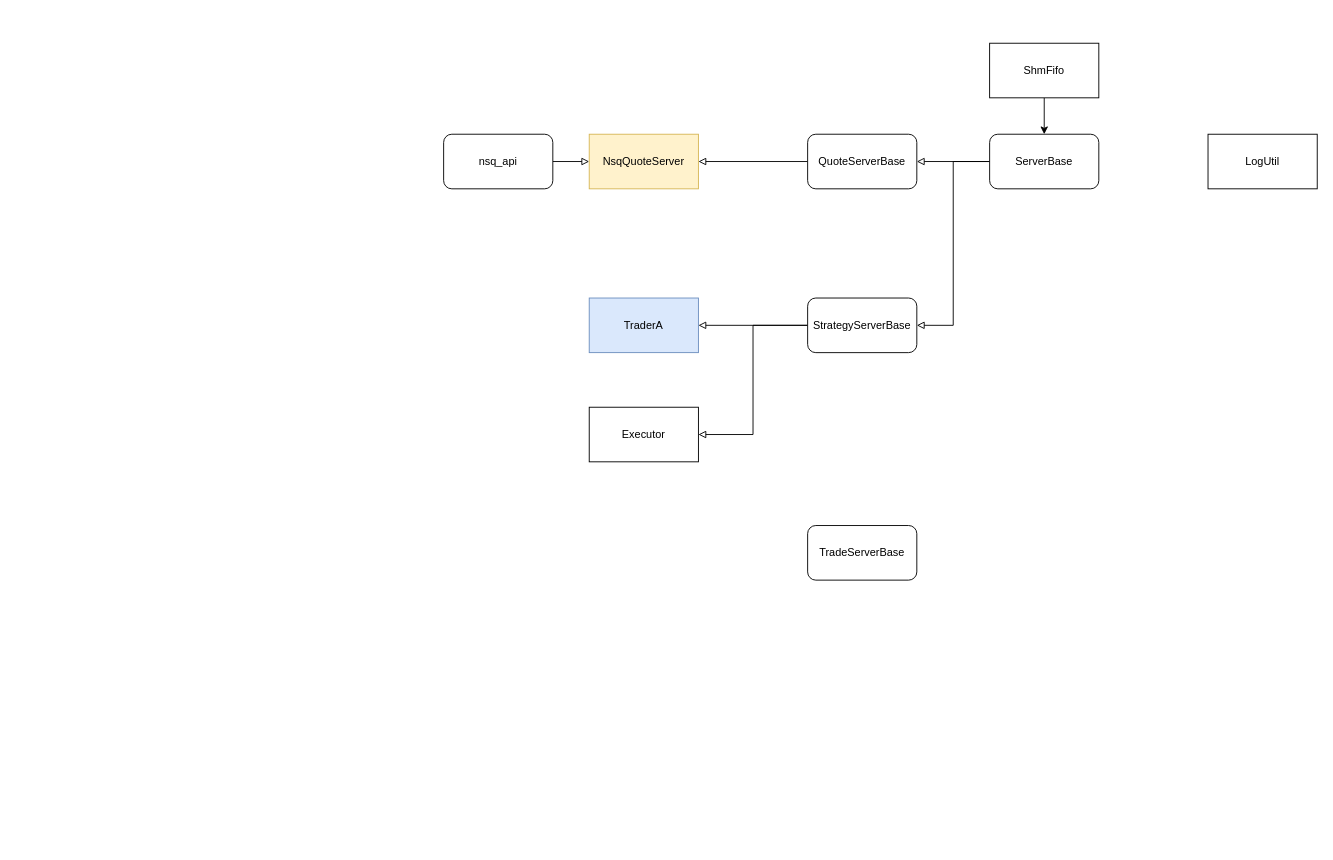
This is page "Framework" (1 of 2) of hft_framework.drawio from mistyeye11/drawio, a draw.io file, before an edit. Source tidied: cells renumbered, new cells numbered last; positions are measured from the earlier drawing's top-left corner, leaving out a move shared by most shapes. Both pictures are drawn from the tidied source at 91%, with x=0, y=0 at pixel (443, 43).
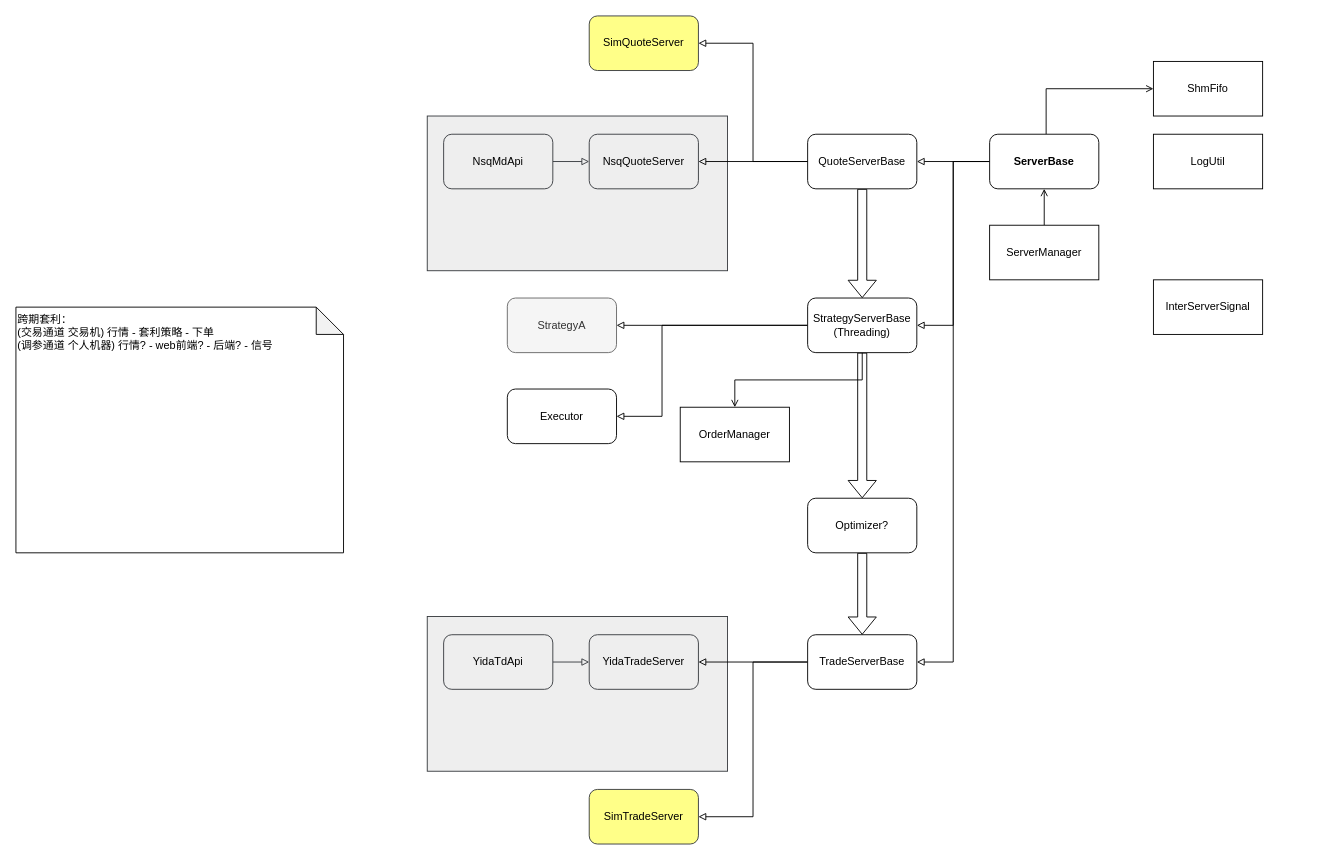
The same diagram, later.

Unchanged cells that the change refers to:
```xml
<mxCell id="7" value="QuoteServerBase" style="rounded=1;whiteSpace=wrap;html=1;" parent="1" vertex="1">
  <mxGeometry x="400" y="100" width="120" height="60" as="geometry" />
</mxCell>
```

The edit, as a diff of the source:
```diff
@@
-    <mxCell id="2" style="edgeStyle=orthogonalEdgeStyle;rounded=0;jettySize=auto;html=1;" parent="1" edge="1" source="3" target="10">
-      <mxGeometry relative="1" as="geometry" />
-    </mxCell>
+    <mxCell id="19" style="rounded=0;whiteSpace=wrap;html=1;fillColor=#eeeeee;strokeColor=#36393d;" parent="1" vertex="1">
+      <mxGeometry x="-18" y="630" width="330" height="170" as="geometry" />
+    </mxCell>
+    <mxCell id="20" style="rounded=0;whiteSpace=wrap;html=1;fillColor=#eeeeee;strokeColor=#36393d;" parent="1" vertex="1">
+      <mxGeometry x="-18" y="80" width="330" height="170" as="geometry" />
+    </mxCell>
     <mxCell id="3" value="ShmFifo" style="rounded=0;whiteSpace=wrap;html=1;" parent="1" vertex="1">
-      <mxGeometry x="600" width="120" height="60" as="geometry" />
+      <mxGeometry x="780" y="20" width="120" height="60" as="geometry" />
     </mxCell>
-    <mxCell id="4" style="edgeStyle=orthogonalEdgeStyle;rounded=0;jettySize=auto;html=1;endArrow=block;endFill=0;" parent="1" edge="1" source="5" target="11">
+    <mxCell id="4" style="edgeStyle=orthogonalEdgeStyle;rounded=0;jettySize=auto;html=1;endArrow=block;endFill=0;fillColor=#eeeeee;strokeColor=#36393d;" parent="1" edge="1" source="5" target="11">
       <mxGeometry relative="1" as="geometry" />
     </mxCell>
-    <mxCell id="5" value="nsq_api" style="rounded=1;whiteSpace=wrap;html=1;" parent="1" vertex="1">
+    <mxCell id="5" value="NsqMdApi" style="rounded=1;whiteSpace=wrap;html=1;fillColor=#eeeeee;strokeColor=#36393d;" parent="1" vertex="1">
       <mxGeometry y="100" width="120" height="60" as="geometry" />
     </mxCell>
@@
+    <mxCell id="21" style="edgeStyle=orthogonalEdgeStyle;rounded=0;jettySize=auto;html=1;exitX=0.5;exitY=1;exitDx=0;exitDy=0;shape=flexArrow;" parent="1" edge="1" source="7" target="14">
+      <mxGeometry relative="1" as="geometry" />
+    </mxCell>
@@
+    <mxCell id="22" style="edgeStyle=orthogonalEdgeStyle;rounded=0;jettySize=auto;html=1;endArrow=open;endFill=0;" parent="1" edge="1" target="3">
+      <mxGeometry relative="1" as="geometry">
+        <mxPoint x="662.1" y="100" as="sourcePoint" />
+        <Array as="points">
+          <mxPoint x="662" y="50" />
+        </Array>
+      </mxGeometry>
+    </mxCell>
+    <mxCell id="23" style="edgeStyle=orthogonalEdgeStyle;rounded=0;jettySize=auto;html=1;endArrow=block;endFill=0;" parent="1" edge="1" source="10" target="18">
+      <mxGeometry relative="1" as="geometry">
+        <Array as="points">
+          <mxPoint x="560" y="130" />
+          <mxPoint x="560" y="680" />
+        </Array>
+      </mxGeometry>
+    </mxCell>
-    <mxCell id="10" value="ServerBase" style="rounded=1;whiteSpace=wrap;html=1;" parent="1" vertex="1">
+    <mxCell id="10" value="ServerBase" style="rounded=1;whiteSpace=wrap;html=1;fontStyle=1;" parent="1" vertex="1">
       <mxGeometry x="600" y="100" width="120" height="60" as="geometry" />
     </mxCell>
-    <mxCell id="11" value="NsqQuoteServer" style="rounded=0;whiteSpace=wrap;html=1;fillColor=#fff2cc;strokeColor=#d6b656;" parent="1" vertex="1">
+    <mxCell id="11" value="NsqQuoteServer" style="rounded=1;whiteSpace=wrap;html=1;fillColor=#eeeeee;strokeColor=#36393d;" parent="1" vertex="1">
       <mxGeometry x="160" y="100" width="120" height="60" as="geometry" />
     </mxCell>
@@
     <mxCell id="13" style="edgeStyle=orthogonalEdgeStyle;rounded=0;jettySize=auto;html=1;endArrow=block;endFill=0;" parent="1" edge="1" source="14" target="17">
       <mxGeometry relative="1" as="geometry">
         <Array as="points">
-          <mxPoint x="340" y="310" />
-          <mxPoint x="340" y="430" />
+          <mxPoint x="240" y="310" />
+          <mxPoint x="240" y="410" />
         </Array>
       </mxGeometry>
     </mxCell>
+    <mxCell id="24" style="edgeStyle=orthogonalEdgeStyle;rounded=0;jettySize=auto;html=1;endArrow=open;endFill=0;" parent="1" edge="1" source="14" target="34">
+      <mxGeometry relative="1" as="geometry">
+        <Array as="points">
+          <mxPoint x="460" y="370" />
+          <mxPoint x="320" y="370" />
+        </Array>
+      </mxGeometry>
+    </mxCell>
+    <mxCell id="25" style="edgeStyle=orthogonalEdgeStyle;rounded=0;jettySize=auto;html=1;exitX=0.5;exitY=1;exitDx=0;exitDy=0;shape=flexArrow;" parent="1" edge="1" source="14" target="32">
+      <mxGeometry relative="1" as="geometry" />
+    </mxCell>
-    <mxCell id="14" value="StrategyServerBase" style="rounded=1;whiteSpace=wrap;html=1;" parent="1" vertex="1">
+    <mxCell id="14" value="StrategyServerBase&lt;div&gt;(Threading)&lt;/div&gt;" style="rounded=1;whiteSpace=wrap;html=1;" parent="1" vertex="1">
       <mxGeometry x="400" y="280" width="120" height="60" as="geometry" />
     </mxCell>
     <mxCell id="15" value="LogUtil" style="rounded=0;whiteSpace=wrap;html=1;" parent="1" vertex="1">
-      <mxGeometry x="840" y="100" width="120" height="60" as="geometry" />
+      <mxGeometry x="780" y="100" width="120" height="60" as="geometry" />
     </mxCell>
-    <mxCell id="16" value="TraderA" style="rounded=0;whiteSpace=wrap;html=1;fillColor=#dae8fc;strokeColor=#6c8ebf;" parent="1" vertex="1">
-      <mxGeometry x="160" y="280" width="120" height="60" as="geometry" />
+    <mxCell id="16" value="StrategyA" style="rounded=1;whiteSpace=wrap;html=1;fillColor=#f5f5f5;strokeColor=#666666;fontColor=#333333;" parent="1" vertex="1">
+      <mxGeometry x="70" y="280" width="120" height="60" as="geometry" />
     </mxCell>
-    <mxCell id="17" value="Executor" style="rounded=0;whiteSpace=wrap;html=1;" parent="1" vertex="1">
-      <mxGeometry x="160" y="400" width="120" height="60" as="geometry" />
+    <mxCell id="17" value="Executor" style="rounded=1;whiteSpace=wrap;html=1;" parent="1" vertex="1">
+      <mxGeometry x="70" y="380" width="120" height="60" as="geometry" />
     </mxCell>
+    <mxCell id="26" style="edgeStyle=orthogonalEdgeStyle;rounded=0;jettySize=auto;html=1;endArrow=block;endFill=0;" parent="1" edge="1" source="18" target="37">
+      <mxGeometry relative="1" as="geometry" />
+    </mxCell>
+    <mxCell id="27" style="edgeStyle=orthogonalEdgeStyle;rounded=0;jettySize=auto;html=1;endArrow=block;endFill=0;" parent="1" edge="1" source="18" target="38">
+      <mxGeometry relative="1" as="geometry">
+        <Array as="points">
+          <mxPoint x="340" y="680" />
+          <mxPoint x="340" y="850" />
+        </Array>
+      </mxGeometry>
+    </mxCell>
     <mxCell id="18" value="TradeServerBase" style="rounded=1;whiteSpace=wrap;html=1;" parent="1" vertex="1">
-      <mxGeometry x="400" y="530" width="120" height="60" as="geometry" />
+      <mxGeometry x="400" y="650" width="120" height="60" as="geometry" />
     </mxCell>
+    <mxCell id="28" value="跨期套利：&lt;div&gt;(交易通道 交易机) 行情 - 套利策略 - 下单&lt;/div&gt;&lt;div&gt;(调参通道 个人机器) 行情? - web前端? - 后端? - 信号&lt;/div&gt;&lt;div&gt;&lt;br&gt;&lt;/div&gt;&lt;div&gt;&lt;br&gt;&lt;/div&gt;" style="shape=note;whiteSpace=wrap;html=1;align=left;backgroundOutline=1;darkOpacity=0.05;verticalAlign=top;" parent="1" vertex="1">
+      <mxGeometry x="-470" y="290" width="360" height="270" as="geometry" />
+    </mxCell>
+    <mxCell id="29" value="SimQuoteServer" style="rounded=1;whiteSpace=wrap;html=1;fillColor=#ffff88;strokeColor=#36393d;" parent="1" vertex="1">
+      <mxGeometry x="160" y="-30" width="120" height="60" as="geometry" />
+    </mxCell>
+    <mxCell id="30" style="edgeStyle=orthogonalEdgeStyle;rounded=0;jettySize=auto;html=1;endArrow=block;endFill=0;" parent="1" edge="1" source="7" target="29">
+      <mxGeometry relative="1" as="geometry">
+        <Array as="points">
+          <mxPoint x="340" y="130" />
+          <mxPoint x="340" />
+        </Array>
+      </mxGeometry>
+    </mxCell>
+    <mxCell id="31" style="edgeStyle=orthogonalEdgeStyle;rounded=0;jettySize=auto;html=1;shape=flexArrow;" parent="1" edge="1" source="32" target="18">
+      <mxGeometry relative="1" as="geometry" />
+    </mxCell>
+    <mxCell id="32" value="Optimizer?" style="rounded=1;whiteSpace=wrap;html=1;" parent="1" vertex="1">
+      <mxGeometry x="400" y="500" width="120" height="60" as="geometry" />
+    </mxCell>
+    <mxCell id="33" value="InterServerSignal" style="rounded=0;whiteSpace=wrap;html=1;" parent="1" vertex="1">
+      <mxGeometry x="780" y="260" width="120" height="60" as="geometry" />
+    </mxCell>
+    <mxCell id="34" value="OrderManager" style="rounded=0;whiteSpace=wrap;html=1;" parent="1" vertex="1">
+      <mxGeometry x="260" y="400" width="120" height="60" as="geometry" />
+    </mxCell>
+    <mxCell id="35" style="edgeStyle=orthogonalEdgeStyle;rounded=0;jettySize=auto;html=1;endArrow=block;endFill=0;fillColor=#eeeeee;strokeColor=#36393d;" parent="1" edge="1" source="36" target="37">
+      <mxGeometry relative="1" as="geometry" />
+    </mxCell>
+    <mxCell id="36" value="YidaTdApi" style="rounded=1;whiteSpace=wrap;html=1;fillColor=#eeeeee;strokeColor=#36393d;" parent="1" vertex="1">
+      <mxGeometry y="650" width="120" height="60" as="geometry" />
+    </mxCell>
+    <mxCell id="37" value="YidaTradeServer" style="rounded=1;whiteSpace=wrap;html=1;fillColor=#eeeeee;strokeColor=#36393d;" parent="1" vertex="1">
+      <mxGeometry x="160" y="650" width="120" height="60" as="geometry" />
+    </mxCell>
+    <mxCell id="38" value="SimTradeServer" style="rounded=1;whiteSpace=wrap;html=1;fillColor=#ffff88;strokeColor=#36393d;" parent="1" vertex="1">
+      <mxGeometry x="160" y="820" width="120" height="60" as="geometry" />
+    </mxCell>
+    <mxCell id="39" style="edgeStyle=orthogonalEdgeStyle;rounded=0;jettySize=auto;html=1;endArrow=open;endFill=0;" parent="1" edge="1" source="40" target="10">
+      <mxGeometry relative="1" as="geometry" />
+    </mxCell>
+    <mxCell id="40" value="ServerManager" style="rounded=0;whiteSpace=wrap;html=1;" parent="1" vertex="1">
+      <mxGeometry x="600" y="200" width="120" height="60" as="geometry" />
+    </mxCell>
```
